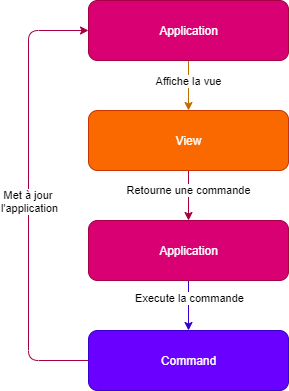
The draw.io diagram doc/mvc-sequence.png in 8area8/python-mvc, before a commit. Source tidied: cells renumbered, new cells last; positions are measured from the earlier drawing's top-left corner, leaving out a move shared by most shapes. Its diagram source:
```xml
<mxGraphModel>
  <root>
    <mxCell id="0" />
    <mxCell id="1" parent="0" />
    <mxCell id="2" style="edgeStyle=orthogonalEdgeStyle;curved=1;jettySize=auto;html=1;entryX=0.5;entryY=0;entryDx=0;entryDy=0;fillColor=#f0a30a;strokeColor=#BD7000;" parent="1" edge="1" source="4" target="7">
      <mxGeometry relative="1" as="geometry">
        <Array as="points">
          <mxPoint x="160" y="80" />
          <mxPoint x="160" y="80" />
        </Array>
      </mxGeometry>
    </mxCell>
    <mxCell id="3" value="Affiche la vue" style="edgeLabel;html=1;align=center;verticalAlign=middle;" parent="2" vertex="1">
      <mxGeometry x="0.19" y="-1" relative="1" as="geometry">
        <mxPoint y="-10" as="offset" />
      </mxGeometry>
    </mxCell>
    <mxCell id="4" value="Application" style="html=1;rounded=1;fillColor=#d80073;strokeColor=#A50040;fontColor=#ffffff;" parent="1" vertex="1">
      <mxGeometry x="60" width="200" height="60" as="geometry" />
    </mxCell>
    <mxCell id="5" style="edgeStyle=orthogonalEdgeStyle;curved=1;jettySize=auto;html=1;entryX=0.5;entryY=0;entryDx=0;entryDy=0;fillColor=#d80073;strokeColor=#A50040;" parent="1" edge="1" source="7" target="10">
      <mxGeometry relative="1" as="geometry" />
    </mxCell>
    <mxCell id="6" value="Retourne une commande" style="edgeLabel;html=1;align=center;verticalAlign=middle;" parent="5" vertex="1">
      <mxGeometry x="-0.23" y="-1" relative="1" as="geometry" />
    </mxCell>
    <mxCell id="7" value="View" style="html=1;rounded=1;fillColor=#fa6800;strokeColor=#C73500;fontColor=#ffffff;" parent="1" vertex="1">
      <mxGeometry x="60" y="110" width="200" height="60" as="geometry" />
    </mxCell>
    <mxCell id="8" style="edgeStyle=orthogonalEdgeStyle;curved=1;jettySize=auto;html=1;entryX=0.5;entryY=0;entryDx=0;entryDy=0;fillColor=#6a00ff;strokeColor=#3700CC;" parent="1" edge="1" source="10" target="13">
      <mxGeometry relative="1" as="geometry" />
    </mxCell>
    <mxCell id="9" value="Execute la commande" style="edgeLabel;html=1;align=center;verticalAlign=middle;" parent="8" vertex="1">
      <mxGeometry x="-0.32" y="-1" relative="1" as="geometry">
        <mxPoint x="1" as="offset" />
      </mxGeometry>
    </mxCell>
    <mxCell id="10" value="Application" style="html=1;rounded=1;fillColor=#d80073;strokeColor=#A50040;fontColor=#ffffff;" parent="1" vertex="1">
      <mxGeometry x="60" y="220" width="200" height="60" as="geometry" />
    </mxCell>
    <mxCell id="11" style="edgeStyle=orthogonalEdgeStyle;jettySize=auto;html=1;rounded=1;fillColor=#d80073;strokeColor=#A50040;" parent="1" edge="1" source="13" target="4">
      <mxGeometry relative="1" as="geometry">
        <Array as="points">
          <mxPoint y="360" />
          <mxPoint y="30" />
        </Array>
      </mxGeometry>
    </mxCell>
    <mxCell id="12" value="Met à jour &lt;br&gt;l'application" style="edgeLabel;html=1;align=center;verticalAlign=middle;" parent="11" vertex="1">
      <mxGeometry x="-0.15" relative="1" as="geometry">
        <mxPoint y="-28" as="offset" />
      </mxGeometry>
    </mxCell>
    <mxCell id="13" value="Command" style="html=1;rounded=1;fillColor=#6a00ff;strokeColor=#3700CC;fontColor=#ffffff;" parent="1" vertex="1">
      <mxGeometry x="60" y="330" width="200" height="60" as="geometry" />
    </mxCell>
  </root>
</mxGraphModel>
```
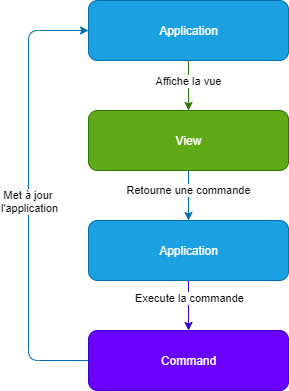
Later version of the same file.

Change to the diagram source:
```diff
@@ -2,7 +2,7 @@
   <root>
     <mxCell id="0" />
     <mxCell id="1" parent="0" />
-    <mxCell id="2" style="edgeStyle=orthogonalEdgeStyle;curved=1;jettySize=auto;html=1;entryX=0.5;entryY=0;entryDx=0;entryDy=0;fillColor=#f0a30a;strokeColor=#BD7000;" parent="1" edge="1" source="4" target="7">
+    <mxCell id="2" style="edgeStyle=orthogonalEdgeStyle;curved=1;jettySize=auto;html=1;entryX=0.5;entryY=0;entryDx=0;entryDy=0;fillColor=#60a917;strokeColor=#2D7600;" parent="1" edge="1" source="4" target="7">
       <mxGeometry relative="1" as="geometry">
         <Array as="points">
           <mxPoint x="160" y="80" />
@@ -15,16 +15,16 @@
         <mxPoint y="-10" as="offset" />
       </mxGeometry>
     </mxCell>
-    <mxCell id="4" value="Application" style="html=1;rounded=1;fillColor=#d80073;strokeColor=#A50040;fontColor=#ffffff;" parent="1" vertex="1">
+    <mxCell id="4" value="Application" style="html=1;rounded=1;fillColor=#1ba1e2;strokeColor=#006EAF;fontColor=#ffffff;" parent="1" vertex="1">
       <mxGeometry x="60" width="200" height="60" as="geometry" />
     </mxCell>
-    <mxCell id="5" style="edgeStyle=orthogonalEdgeStyle;curved=1;jettySize=auto;html=1;entryX=0.5;entryY=0;entryDx=0;entryDy=0;fillColor=#d80073;strokeColor=#A50040;" parent="1" edge="1" source="7" target="10">
+    <mxCell id="5" style="edgeStyle=orthogonalEdgeStyle;curved=1;jettySize=auto;html=1;entryX=0.5;entryY=0;entryDx=0;entryDy=0;fillColor=#1ba1e2;strokeColor=#006EAF;" parent="1" edge="1" source="7" target="10">
       <mxGeometry relative="1" as="geometry" />
     </mxCell>
     <mxCell id="6" value="Retourne une commande" style="edgeLabel;html=1;align=center;verticalAlign=middle;" parent="5" vertex="1">
       <mxGeometry x="-0.23" y="-1" relative="1" as="geometry" />
     </mxCell>
-    <mxCell id="7" value="View" style="html=1;rounded=1;fillColor=#fa6800;strokeColor=#C73500;fontColor=#ffffff;" parent="1" vertex="1">
+    <mxCell id="7" value="View" style="html=1;rounded=1;fillColor=#60a917;strokeColor=#2D7600;fontColor=#ffffff;" parent="1" vertex="1">
       <mxGeometry x="60" y="110" width="200" height="60" as="geometry" />
     </mxCell>
     <mxCell id="8" style="edgeStyle=orthogonalEdgeStyle;curved=1;jettySize=auto;html=1;entryX=0.5;entryY=0;entryDx=0;entryDy=0;fillColor=#6a00ff;strokeColor=#3700CC;" parent="1" edge="1" source="10" target="13">
@@ -35,10 +35,10 @@
         <mxPoint x="1" as="offset" />
       </mxGeometry>
     </mxCell>
-    <mxCell id="10" value="Application" style="html=1;rounded=1;fillColor=#d80073;strokeColor=#A50040;fontColor=#ffffff;" parent="1" vertex="1">
+    <mxCell id="10" value="Application" style="html=1;rounded=1;fillColor=#1ba1e2;strokeColor=#006EAF;fontColor=#ffffff;" parent="1" vertex="1">
       <mxGeometry x="60" y="220" width="200" height="60" as="geometry" />
     </mxCell>
-    <mxCell id="11" style="edgeStyle=orthogonalEdgeStyle;jettySize=auto;html=1;rounded=1;fillColor=#d80073;strokeColor=#A50040;" parent="1" edge="1" source="13" target="4">
+    <mxCell id="11" style="edgeStyle=orthogonalEdgeStyle;jettySize=auto;html=1;rounded=1;fillColor=#1ba1e2;strokeColor=#006EAF;" parent="1" edge="1" source="13" target="4">
       <mxGeometry relative="1" as="geometry">
         <Array as="points">
           <mxPoint y="360" />
```
